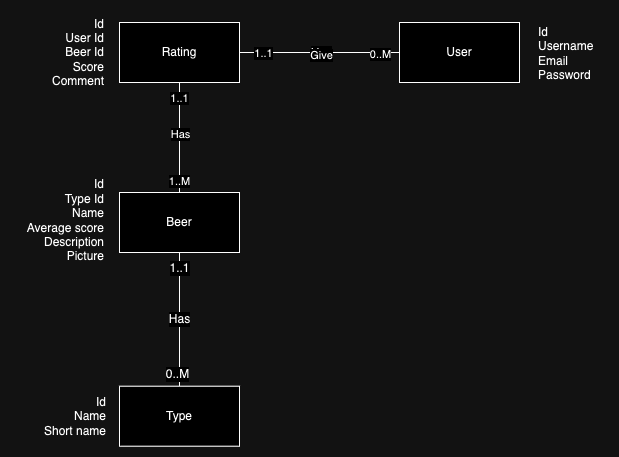
Above: HopsHub.Api/HobsHup Data Model.png in Jepmoltho/HopsHub (draw.io), before the change. Source tidied: cells renumbered, new cells last; positions are measured from the earlier drawing's top-left corner, leaving out a move shared by most shapes.
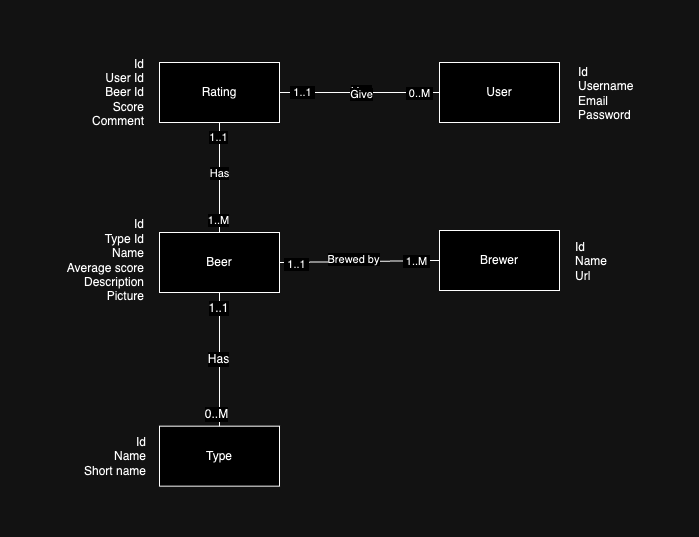
After the change.

What changed in the source:
```diff
@@ -36,10 +36,10 @@
         <mxPoint y="1" as="offset" />
       </mxGeometry>
     </mxCell>
-    <mxCell id="12" value="1..1" style="edgeLabel;html=1;align=center;verticalAlign=middle;" parent="9" vertex="1">
+    <mxCell id="12" value="&amp;nbsp;1..1&amp;nbsp;" style="edgeLabel;html=1;align=center;verticalAlign=middle;" parent="9" vertex="1">
       <mxGeometry x="-0.72" relative="1" as="geometry" />
     </mxCell>
-    <mxCell id="13" value="0..M" style="edgeLabel;html=1;align=center;verticalAlign=middle;" parent="9" vertex="1">
+    <mxCell id="13" value="&amp;nbsp;0..M&amp;nbsp;" style="edgeLabel;html=1;align=center;verticalAlign=middle;" parent="9" vertex="1">
       <mxGeometry x="0.75" y="-1" relative="1" as="geometry" />
     </mxCell>
     <mxCell id="14" value="User" style="rounded=0;whiteSpace=wrap;html=1;" parent="1" vertex="1">
@@ -69,5 +69,23 @@
     <mxCell id="22" value="&lt;div style=&quot;font-size: 12px;&quot;&gt;Id&amp;nbsp;&lt;/div&gt;&lt;div style=&quot;font-size: 12px;&quot;&gt;&lt;span style=&quot;background-color: initial;&quot;&gt;Username&lt;/span&gt;&lt;/div&gt;&lt;div style=&quot;font-size: 12px;&quot;&gt;Email&lt;/div&gt;&lt;div style=&quot;font-size: 12px;&quot;&gt;Password&lt;/div&gt;" style="text;html=1;align=left;verticalAlign=middle;strokeColor=none;fillColor=none;fontSize=16;" parent="1" vertex="1">
       <mxGeometry x="526" y="7.5" width="73" height="70" as="geometry" />
     </mxCell>
+    <mxCell id="23" value="Brewer" style="rounded=0;whiteSpace=wrap;html=1;" parent="1" vertex="1">
+      <mxGeometry x="389" y="180" width="120" height="60" as="geometry" />
+    </mxCell>
+    <mxCell id="24" value="&lt;div style=&quot;font-size: 12px;&quot;&gt;Id&amp;nbsp;&lt;/div&gt;&lt;div style=&quot;font-size: 12px;&quot;&gt;&lt;span style=&quot;background-color: initial;&quot;&gt;Name&lt;/span&gt;&lt;/div&gt;&lt;div style=&quot;font-size: 12px;&quot;&gt;Url&lt;/div&gt;" style="text;html=1;align=left;verticalAlign=middle;strokeColor=none;fillColor=none;fontSize=16;" parent="1" vertex="1">
+      <mxGeometry x="523" y="183" width="50" height="55" as="geometry" />
+    </mxCell>
+    <mxCell id="25" style="endArrow=none;html=1;rounded=0;entryX=0;entryY=0.5;entryDx=0;entryDy=0;exitX=1;exitY=0.5;exitDx=0;exitDy=0;" parent="1" edge="1" source="2" target="23">
+      <mxGeometry relative="1" as="geometry" />
+    </mxCell>
+    <mxCell id="26" value="&amp;nbsp;1..M&amp;nbsp;" style="edgeLabel;html=1;align=center;verticalAlign=middle;" parent="25" vertex="1">
+      <mxGeometry x="0.71" relative="1" as="geometry" />
+    </mxCell>
+    <mxCell id="27" value="&amp;nbsp;1..1&amp;nbsp;" style="edgeLabel;html=1;align=center;verticalAlign=middle;" parent="25" vertex="1">
+      <mxGeometry x="-0.79" y="-2" relative="1" as="geometry" />
+    </mxCell>
+    <mxCell id="28" value="Brewed by" style="edgeLabel;html=1;align=center;verticalAlign=middle;" parent="25" vertex="1">
+      <mxGeometry x="-0.07" y="2" relative="1" as="geometry" />
+    </mxCell>
   </root>
 </mxGraphModel>
```
